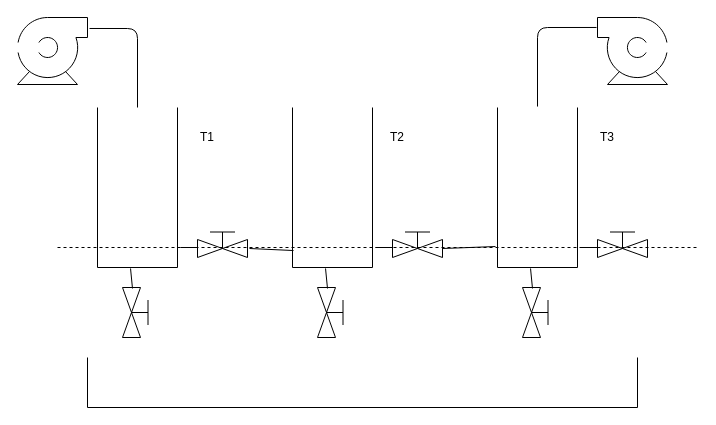
Above: Untitled Diagram.drawio in garzonwilmer5/ModelacionT1 (draw.io), before the change. Source tidied: cells renumbered, new cells numbered last; positions are measured from the earlier drawing's top-left corner, leaving out a move shared by most shapes. Both pictures are drawn from the tidied source at 100%, with x=0, y=0 at pixel (17, 17).
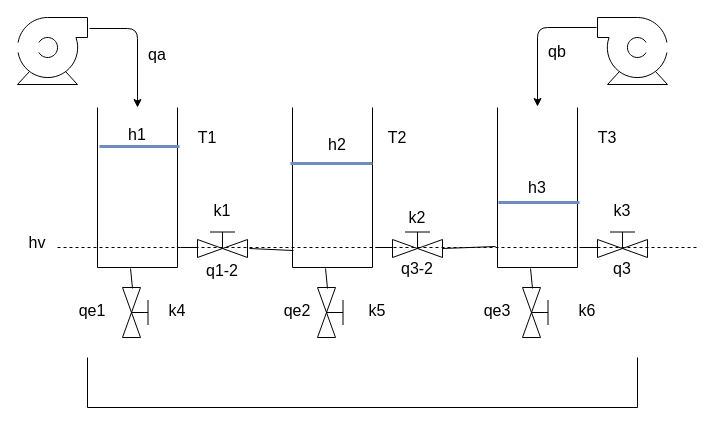
The same page after the edit.

Unchanged cells that the change refers to:
```xml
<mxCell id="2" style="shape=mxgraph.pid.vessels.container,_tank,_cistern;html=1;align=center;verticalLabelPosition=bottom;verticalAlign=top;dashed=0;" parent="1" vertex="1">
  <mxGeometry x="80" y="90" width="80" height="160" as="geometry" />
</mxCell>
<mxCell id="7" style="shape=mxgraph.pid.vessels.container,_tank,_cistern;html=1;align=center;verticalLabelPosition=bottom;verticalAlign=top;dashed=0;" parent="1" vertex="1">
  <mxGeometry x="275" y="90" width="80" height="160" as="geometry" />
</mxCell>
<mxCell id="12" style="shape=mxgraph.pid.vessels.container,_tank,_cistern;html=1;align=center;verticalLabelPosition=bottom;verticalAlign=top;dashed=0;" parent="1" vertex="1">
  <mxGeometry x="480" y="90" width="80" height="160" as="geometry" />
</mxCell>
<mxCell id="20" style="shape=mxgraph.pid.pumps.centrifugal_pump_1;html=1;align=center;verticalLabelPosition=bottom;verticalAlign=top;dashed=0;" parent="1" vertex="1">
  <mxGeometry width="70" height="67" as="geometry" />
</mxCell>
<mxCell id="21" style="shape=mxgraph.pid.pumps.centrifugal_pump_3;html=1;align=center;verticalLabelPosition=bottom;verticalAlign=top;dashed=0;" parent="1" vertex="1">
  <mxGeometry x="580" width="70" height="67" as="geometry" />
</mxCell>
```

Change to the diagram source:
```diff
@@
-    <mxCell id="22" style="endArrow=none;html=1;exitX=1.029;exitY=0.164;exitDx=0;exitDy=0;exitPerimeter=0;edgeStyle=orthogonalEdgeStyle;" parent="1" edge="1" source="20" target="2">
+    <mxCell id="22" style="endArrow=classic;html=1;exitX=1.029;exitY=0.164;exitDx=0;exitDy=0;exitPerimeter=0;edgeStyle=orthogonalEdgeStyle;startArrow=none;startFill=0;endFill=1;" parent="1" edge="1" source="20" target="2">
       <mxGeometry relative="1" as="geometry" />
     </mxCell>
-    <mxCell id="23" style="endArrow=none;html=1;edgeStyle=orthogonalEdgeStyle;entryX=-0.014;entryY=0.149;entryDx=0;entryDy=0;entryPerimeter=0;exitX=0.5;exitY=-0.006;exitDx=0;exitDy=0;exitPerimeter=0;" parent="1" edge="1" source="12" target="21">
+    <mxCell id="23" style="endArrow=none;html=1;edgeStyle=orthogonalEdgeStyle;entryX=-0.014;entryY=0.149;entryDx=0;entryDy=0;entryPerimeter=0;exitX=0.5;exitY=-0.006;exitDx=0;exitDy=0;exitPerimeter=0;startArrow=classic;startFill=1;" parent="1" edge="1" source="12" target="21">
       <mxGeometry relative="1" as="geometry" />
     </mxCell>
@@
-    <mxCell id="25" value="T1" style="text;html=1;strokeColor=none;fillColor=none;align=center;verticalAlign=middle;whiteSpace=wrap;rounded=0;" parent="1" vertex="1">
+    <mxCell id="25" value="T1" style="text;html=1;strokeColor=none;fillColor=none;align=center;verticalAlign=middle;whiteSpace=wrap;rounded=0;fontSize=16;" parent="1" vertex="1">
       <mxGeometry x="170" y="110" width="40" height="20" as="geometry" />
     </mxCell>
-    <mxCell id="26" value="T2" style="text;html=1;strokeColor=none;fillColor=none;align=center;verticalAlign=middle;whiteSpace=wrap;rounded=0;" parent="1" vertex="1">
+    <mxCell id="26" value="T2" style="text;html=1;strokeColor=none;fillColor=none;align=center;verticalAlign=middle;whiteSpace=wrap;rounded=0;fontSize=16;" parent="1" vertex="1">
       <mxGeometry x="360" y="110" width="40" height="20" as="geometry" />
     </mxCell>
-    <mxCell id="27" value="T3" style="text;html=1;strokeColor=none;fillColor=none;align=center;verticalAlign=middle;whiteSpace=wrap;rounded=0;" parent="1" vertex="1">
+    <mxCell id="27" value="T3" style="text;html=1;strokeColor=none;fillColor=none;align=center;verticalAlign=middle;whiteSpace=wrap;rounded=0;fontSize=16;" parent="1" vertex="1">
       <mxGeometry x="570" y="110" width="40" height="20" as="geometry" />
     </mxCell>
+    <mxCell id="28" value="qa" style="text;html=1;strokeColor=none;fillColor=none;align=center;verticalAlign=middle;whiteSpace=wrap;rounded=0;fontSize=16;" parent="1" vertex="1">
+      <mxGeometry x="120" y="23.5" width="40" height="26.5" as="geometry" />
+    </mxCell>
+    <mxCell id="29" value="qb" style="text;html=1;strokeColor=none;fillColor=none;align=center;verticalAlign=middle;whiteSpace=wrap;rounded=0;fontSize=16;" parent="1" vertex="1">
+      <mxGeometry x="520" y="23.5" width="40" height="20" as="geometry" />
+    </mxCell>
+    <mxCell id="30" style="endArrow=none;html=1;fontSize=16;fillColor=#dae8fc;strokeColor=#6c8ebf;exitX=0.025;exitY=0.244;exitDx=0;exitDy=0;exitPerimeter=0;entryX=1.025;entryY=0.244;entryDx=0;entryDy=0;entryPerimeter=0;strokeWidth=3;" parent="1" edge="1" source="2" target="2">
+      <mxGeometry relative="1" as="geometry" />
+    </mxCell>
+    <mxCell id="31" style="endArrow=none;html=1;fontSize=16;fillColor=#dae8fc;strokeColor=#6c8ebf;exitX=-0.025;exitY=0.35;exitDx=0;exitDy=0;exitPerimeter=0;entryX=1;entryY=0.35;entryDx=0;entryDy=0;entryPerimeter=0;strokeWidth=3;" parent="1" edge="1" source="7" target="7">
+      <mxGeometry relative="1" as="geometry" />
+    </mxCell>
+    <mxCell id="32" style="endArrow=none;html=1;fontSize=16;fillColor=#dae8fc;strokeColor=#6c8ebf;entryX=1.025;entryY=0.594;entryDx=0;entryDy=0;entryPerimeter=0;strokeWidth=3;" parent="1" edge="1" target="12">
+      <mxGeometry relative="1" as="geometry">
+        <mxPoint x="481" y="185" as="sourcePoint" />
+      </mxGeometry>
+    </mxCell>
+    <mxCell id="33" value="h1" style="text;html=1;strokeColor=none;fillColor=none;align=center;verticalAlign=middle;whiteSpace=wrap;rounded=0;fontSize=16;" parent="1" vertex="1">
+      <mxGeometry x="100" y="103.5" width="40" height="26.5" as="geometry" />
+    </mxCell>
+    <mxCell id="34" value="h2" style="text;html=1;strokeColor=none;fillColor=none;align=center;verticalAlign=middle;whiteSpace=wrap;rounded=0;fontSize=16;" parent="1" vertex="1">
+      <mxGeometry x="300" y="113.5" width="40" height="26.5" as="geometry" />
+    </mxCell>
+    <mxCell id="35" value="h3" style="text;html=1;strokeColor=none;fillColor=none;align=center;verticalAlign=middle;whiteSpace=wrap;rounded=0;fontSize=16;" parent="1" vertex="1">
+      <mxGeometry x="500" y="156.8" width="40" height="26.5" as="geometry" />
+    </mxCell>
+    <mxCell id="36" value="hv" style="text;html=1;strokeColor=none;fillColor=none;align=center;verticalAlign=middle;whiteSpace=wrap;rounded=0;fontSize=16;" parent="1" vertex="1">
+      <mxGeometry y="211.8" width="40" height="26.5" as="geometry" />
+    </mxCell>
+    <mxCell id="37" value="q1-2" style="text;html=1;strokeColor=none;fillColor=none;align=center;verticalAlign=middle;whiteSpace=wrap;rounded=0;fontSize=16;" parent="1" vertex="1">
+      <mxGeometry x="185" y="240" width="40" height="26.5" as="geometry" />
+    </mxCell>
+    <mxCell id="38" value="q3-2" style="text;html=1;strokeColor=none;fillColor=none;align=center;verticalAlign=middle;whiteSpace=wrap;rounded=0;fontSize=16;" parent="1" vertex="1">
+      <mxGeometry x="380" y="238.2" width="40" height="26.5" as="geometry" />
+    </mxCell>
+    <mxCell id="39" value="q3" style="text;html=1;strokeColor=none;fillColor=none;align=center;verticalAlign=middle;whiteSpace=wrap;rounded=0;fontSize=16;" parent="1" vertex="1">
+      <mxGeometry x="585" y="238.2" width="40" height="26.5" as="geometry" />
+    </mxCell>
+    <mxCell id="40" value="qe1" style="text;html=1;strokeColor=none;fillColor=none;align=center;verticalAlign=middle;whiteSpace=wrap;rounded=0;fontSize=16;" parent="1" vertex="1">
+      <mxGeometry x="55" y="280" width="40" height="26.5" as="geometry" />
+    </mxCell>
+    <mxCell id="41" value="qe2" style="text;html=1;strokeColor=none;fillColor=none;align=center;verticalAlign=middle;whiteSpace=wrap;rounded=0;fontSize=16;" parent="1" vertex="1">
+      <mxGeometry x="260" y="280" width="40" height="26.5" as="geometry" />
+    </mxCell>
+    <mxCell id="42" value="qe3" style="text;html=1;strokeColor=none;fillColor=none;align=center;verticalAlign=middle;whiteSpace=wrap;rounded=0;fontSize=16;" parent="1" vertex="1">
+      <mxGeometry x="460" y="280" width="40" height="26.5" as="geometry" />
+    </mxCell>
+    <mxCell id="43" value="k1" style="text;html=1;strokeColor=none;fillColor=none;align=center;verticalAlign=middle;whiteSpace=wrap;rounded=0;fontSize=16;" parent="1" vertex="1">
+      <mxGeometry x="185" y="183" width="40" height="20" as="geometry" />
+    </mxCell>
+    <mxCell id="44" value="k2" style="text;html=1;strokeColor=none;fillColor=none;align=center;verticalAlign=middle;whiteSpace=wrap;rounded=0;fontSize=16;" parent="1" vertex="1">
+      <mxGeometry x="380" y="190" width="40" height="20" as="geometry" />
+    </mxCell>
+    <mxCell id="45" value="k3" style="text;html=1;strokeColor=none;fillColor=none;align=center;verticalAlign=middle;whiteSpace=wrap;rounded=0;fontSize=16;" parent="1" vertex="1">
+      <mxGeometry x="585" y="183.2" width="40" height="20" as="geometry" />
+    </mxCell>
+    <mxCell id="46" value="k4" style="text;html=1;strokeColor=none;fillColor=none;align=center;verticalAlign=middle;whiteSpace=wrap;rounded=0;fontSize=16;" parent="1" vertex="1">
+      <mxGeometry x="140" y="283.2" width="40" height="20" as="geometry" />
+    </mxCell>
+    <mxCell id="47" value="k5" style="text;html=1;strokeColor=none;fillColor=none;align=center;verticalAlign=middle;whiteSpace=wrap;rounded=0;fontSize=16;" parent="1" vertex="1">
+      <mxGeometry x="340" y="283.2" width="40" height="20" as="geometry" />
+    </mxCell>
+    <mxCell id="48" value="k6" style="text;html=1;strokeColor=none;fillColor=none;align=center;verticalAlign=middle;whiteSpace=wrap;rounded=0;fontSize=16;" parent="1" vertex="1">
+      <mxGeometry x="550" y="283.2" width="40" height="20" as="geometry" />
+    </mxCell>
```
